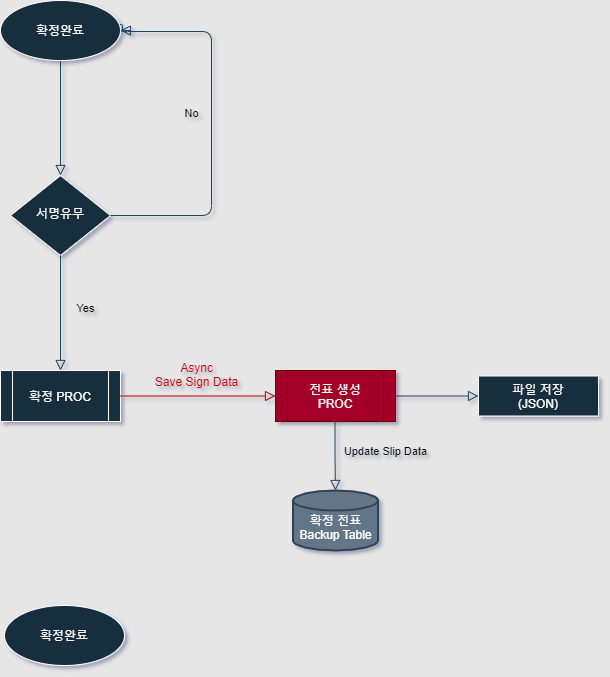
Before: New PDA Confrim.png, a diagram exported from draw.io (seunggeunjo/Flow-Chart). Source tidied: cells renumbered, new cells last; positions are measured from the earlier drawing's top-left corner, leaving out a move shared by most shapes.
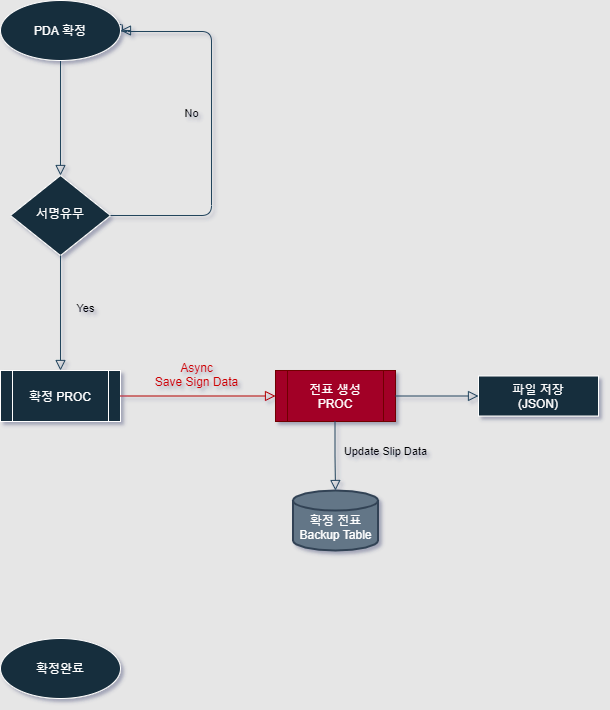
Above is the later version.

Change to the diagram source:
```diff
@@ -35,7 +35,7 @@
       <mxGeometry x="292.5" y="490" width="85" height="60" as="geometry" />
     </mxCell>
     <mxCell id="10" value="확정완료" style="ellipse;whiteSpace=wrap;html=1;fontColor=#FFFFFF;strokeColor=#FFFFFF;fillColor=#182E3E;" parent="1" vertex="1">
-      <mxGeometry x="4" y="605" width="120" height="60" as="geometry" />
+      <mxGeometry y="638" width="120" height="60" as="geometry" />
     </mxCell>
     <mxCell id="11" value="전표 생성&lt;br&gt;PROC" style="shape=process;whiteSpace=wrap;html=1;backgroundOutline=1;fillColor=#a20025;strokeColor=#6F0000;fontColor=#ffffff;" parent="1" vertex="1">
       <mxGeometry x="275" y="370" width="120" height="51" as="geometry" />
@@ -52,7 +52,7 @@
         <mxPoint y="-5" as="offset" />
       </mxGeometry>
     </mxCell>
-    <mxCell id="15" value="확정완료" style="ellipse;whiteSpace=wrap;html=1;fontColor=#FFFFFF;strokeColor=#FFFFFF;fillColor=#182E3E;" parent="1" vertex="1">
+    <mxCell id="15" value="PDA 확정" style="ellipse;whiteSpace=wrap;html=1;fontColor=#FFFFFF;strokeColor=#FFFFFF;fillColor=#182E3E;" parent="1" vertex="1">
       <mxGeometry width="120" height="60" as="geometry" />
     </mxCell>
     <mxCell id="16" style="edgeStyle=none;rounded=0;sketch=0;orthogonalLoop=1;jettySize=auto;html=1;entryX=1;entryY=0.5;entryDx=0;entryDy=0;shadow=1;labelBackgroundColor=none;fontColor=#FFFFFF;startArrow=block;startFill=1;strokeColor=#23445D;verticalAlign=middle;" parent="1" edge="1" source="15" target="15">
```
